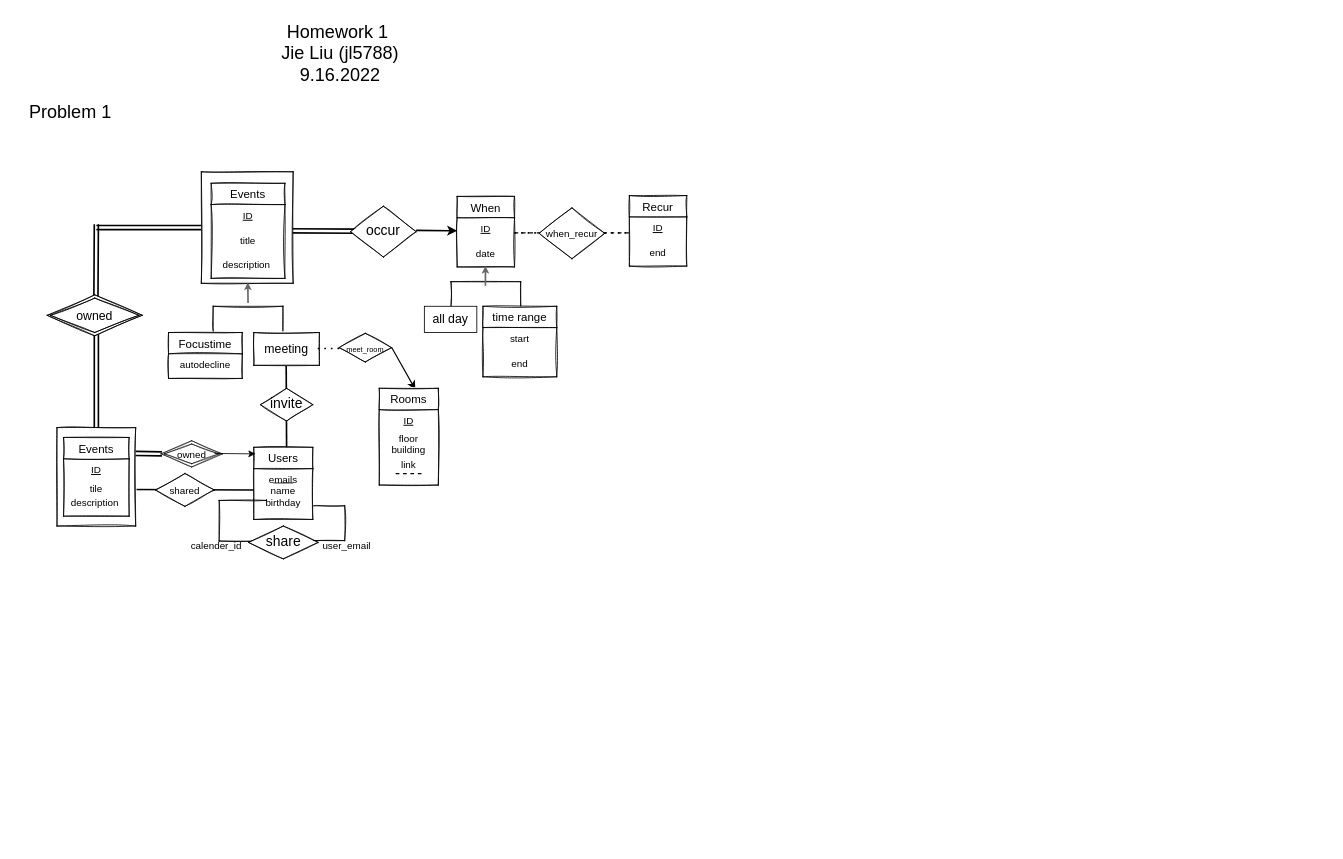
This is hw1 Diagram.drawio from hurricane8978/Introduction-to-database, a draw.io file, before an edit. Source tidied: cells renumbered, new cells numbered last; positions are measured from the earlier drawing's top-left corner, leaving out a move shared by most shapes. Both pictures are drawn from the tidied source at 82%, with x=0, y=0 at pixel (20, 14).
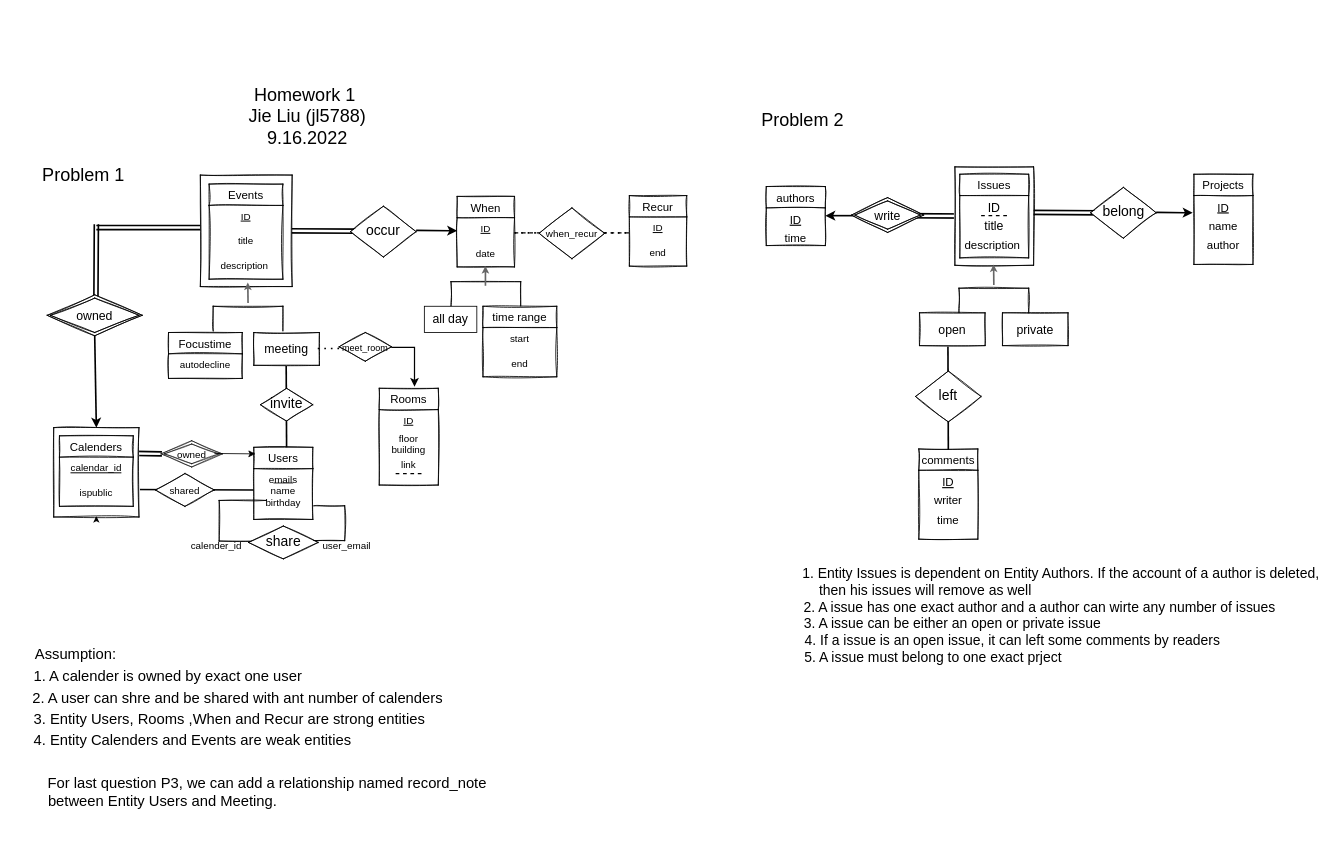
After the change.

The change refers to these unchanged cells:
```xml
<mxCell id="64" value="Rooms" style="swimlane;fontStyle=0;horizontal=1;startSize=26;align=center;fontSize=14;rounded=0;glass=0;sketch=1;" parent="1" vertex="1">
  <mxGeometry x="437" y="456" width="72" height="118" as="geometry" />
</mxCell>
```

Change to the diagram source:
```diff
@@
+    <mxCell id="57" style="shape=link;html=1;rounded=0;strokeWidth=2;fontSize=17;" parent="1" edge="1">
+      <mxGeometry relative="1" as="geometry">
+        <mxPoint x="140" y="535.5" as="sourcePoint" />
+        <mxPoint x="172" y="536" as="targetPoint" />
+      </mxGeometry>
+    </mxCell>
+    <mxCell id="58" style="html=1;align=right;verticalAlign=bottom;rounded=0;glass=0;sketch=1;fontSize=17;" parent="57" vertex="1">
+      <mxGeometry x="1" relative="1" as="geometry" />
+    </mxCell>
@@
-    <mxCell id="10" style="shape=link;html=1;rounded=0;strokeWidth=2;fontSize=17;entryX=0.5;entryY=0;entryDx=0;entryDy=0;" parent="1" edge="1" target="48">
-      <mxGeometry relative="1" as="geometry">
-        <mxPoint x="92" y="388" as="sourcePoint" />
-      </mxGeometry>
-    </mxCell>
-    <mxCell id="11" style="html=1;align=right;verticalAlign=bottom;rounded=0;glass=0;sketch=1;fontSize=17;" parent="10" vertex="1">
-      <mxGeometry x="1" relative="1" as="geometry" />
-    </mxCell>
@@
     <mxCell id="19" style="rounded=0;whiteSpace=wrap;html=1;glass=0;sketch=1;fontSize=15;" parent="1" vertex="1">
-      <mxGeometry x="220" y="192" width="112" height="136" as="geometry" />
+      <mxGeometry x="218.8" y="196" width="112" height="136" as="geometry" />
     </mxCell>
     <mxCell id="20" value="Events" style="swimlane;fontStyle=0;horizontal=1;startSize=26;align=center;fontSize=14;rounded=0;glass=0;sketch=1;" parent="1" vertex="1">
-      <mxGeometry x="232" y="206" width="90" height="116" as="geometry" />
+      <mxGeometry x="229.5" y="207" width="90" height="116" as="geometry" />
     </mxCell>
@@
-    <mxCell id="42" style="endArrow=classic;html=1;strokeWidth=2;fontSize=12;rounded=0;endSize=3;startSize=11;jumpSize=3;jumpStyle=line;fillColor=#f5f5f5;strokeColor=#666666;targetPerimeterSpacing=-1;sourcePerimeterSpacing=-7;" parent="1" edge="1" target="19">
+    <mxCell id="42" style="endArrow=classic;html=1;strokeWidth=2;fontSize=12;rounded=0;endSize=3;startSize=11;jumpSize=3;jumpStyle=line;fillColor=#f5f5f5;strokeColor=#666666;targetPerimeterSpacing=-1;sourcePerimeterSpacing=-7;" parent="1" edge="1">
       <mxGeometry relative="1" as="geometry">
         <mxPoint x="277" y="352" as="sourcePoint" />
+        <mxPoint x="276.7" y="327" as="targetPoint" />
       </mxGeometry>
     </mxCell>
@@
     <mxCell id="48" style="rounded=0;whiteSpace=wrap;html=1;glass=0;sketch=1;fontSize=15;" parent="1" vertex="1">
-      <mxGeometry x="44" y="504" width="96" height="120" as="geometry" />
+      <mxGeometry x="40" y="504" width="104" height="109" as="geometry" />
     </mxCell>
-    <mxCell id="49" value="Events" style="swimlane;fontStyle=0;horizontal=1;startSize=26;align=center;fontSize=14;rounded=0;glass=0;sketch=1;" parent="1" vertex="1">
-      <mxGeometry x="52" y="516" width="80" height="96" as="geometry" />
-    </mxCell>
-    <mxCell id="50" value="ID" style="text;strokeColor=none;fillColor=none;spacingLeft=4;spacingRight=4;overflow=hidden;fontSize=12;rounded=0;glass=0;sketch=1;fontStyle=4;align=center;spacing=2;" parent="49" vertex="1">
-      <mxGeometry y="26" width="80" height="30" as="geometry" />
-    </mxCell>
-    <mxCell id="51" value="tile" style="text;strokeColor=none;fillColor=none;spacingLeft=4;spacingRight=4;overflow=hidden;fontSize=12;rounded=0;glass=0;sketch=1;align=center;spacing=-5;" parent="49" vertex="1">
-      <mxGeometry y="56" width="80" height="30" as="geometry" />
-    </mxCell>
-    <mxCell id="52" value="description " style="text;strokeColor=none;fillColor=none;spacingLeft=4;spacingRight=4;overflow=hidden;fontSize=12;rounded=0;glass=0;sketch=1;align=center;spacing=-18;" parent="49" vertex="1">
-      <mxGeometry y="86" width="80" height="10" as="geometry" />
-    </mxCell>
@@
-    <mxCell id="57" style="shape=link;html=1;rounded=0;strokeWidth=2;fontSize=17;" parent="1" edge="1">
-      <mxGeometry relative="1" as="geometry">
-        <mxPoint x="140" y="535.5" as="sourcePoint" />
-        <mxPoint x="172" y="536" as="targetPoint" />
-      </mxGeometry>
-    </mxCell>
-    <mxCell id="58" style="html=1;align=right;verticalAlign=bottom;rounded=0;glass=0;sketch=1;fontSize=17;" parent="57" vertex="1">
-      <mxGeometry x="1" relative="1" as="geometry" />
-    </mxCell>
@@
-    <mxCell id="62" value="&lt;font style=&quot;font-size: 9px;&quot;&gt;meet_room&lt;/font&gt;" style="shape=rhombus;perimeter=rhombusPerimeter;whiteSpace=wrap;html=1;align=center;rounded=0;glass=0;sketch=1;fontSize=17;" parent="1" vertex="1">
-      <mxGeometry x="388" y="389" width="64" height="35" as="geometry" />
+    <mxCell id="62" value="&lt;font style=&quot;font-size: 11px;&quot;&gt;meet_room&lt;/font&gt;" style="shape=rhombus;perimeter=rhombusPerimeter;whiteSpace=wrap;html=1;align=center;rounded=0;glass=0;sketch=1;fontSize=17;" parent="1" vertex="1">
+      <mxGeometry x="388" y="388" width="64" height="35" as="geometry" />
     </mxCell>
-    <mxCell id="63" style="endArrow=classic;html=1;rounded=0;strokeWidth=1.5;fontSize=17;entryX=0.611;entryY=0.013;entryDx=0;entryDy=0;entryPerimeter=0;" parent="1" edge="1" target="64">
+    <mxCell id="63" style="endArrow=classic;html=1;rounded=0;strokeWidth=1.5;fontSize=17;entryX=0.597;entryY=-0.017;entryDx=0;entryDy=0;entryPerimeter=0;" parent="1" edge="1" target="64">
       <mxGeometry relative="1" as="geometry">
         <mxPoint x="452" y="406" as="sourcePoint" />
+        <Array as="points">
+          <mxPoint x="480" y="406" />
+        </Array>
       </mxGeometry>
     </mxCell>
@@
     <mxCell id="72" value="&lt;font style=&quot;font-size: 22px;&quot;&gt;Homework 1&amp;nbsp;&lt;br&gt;Jie Liu (jl5788) &lt;br&gt;9.16.2022&lt;/font&gt;" style="text;html=1;align=center;verticalAlign=middle;strokeColor=none;fillColor=none;fontSize=12;" parent="1" vertex="1">
-      <mxGeometry x="309" width="160" height="96" as="geometry" />
+      <mxGeometry x="269" y="77" width="160" height="96" as="geometry" />
     </mxCell>
     <mxCell id="73" value="Problem 1" style="text;html=1;align=center;verticalAlign=middle;strokeColor=none;fillColor=none;fontSize=22;" parent="1" vertex="1">
-      <mxGeometry y="96" width="120" height="48" as="geometry" />
+      <mxGeometry x="16" y="173" width="120" height="48" as="geometry" />
     </mxCell>
+    <mxCell id="74" style="endArrow=classic;html=1;rounded=0;strokeWidth=2;fontSize=17;entryX=0.5;entryY=0;entryDx=0;entryDy=0;" parent="1" edge="1" target="48">
+      <mxGeometry relative="1" as="geometry">
+        <mxPoint x="90" y="392" as="sourcePoint" />
+      </mxGeometry>
+    </mxCell>
+    <mxCell id="75" value="&lt;font style=&quot;font-size: 18px;&quot;&gt;Assumption:&amp;nbsp; &amp;nbsp; &amp;nbsp; &amp;nbsp; &amp;nbsp; &amp;nbsp; &amp;nbsp; &amp;nbsp; &amp;nbsp; &amp;nbsp; &amp;nbsp; &amp;nbsp; &amp;nbsp; &amp;nbsp; &amp;nbsp; &amp;nbsp; &amp;nbsp; &amp;nbsp; &amp;nbsp; &amp;nbsp; &amp;nbsp; &amp;nbsp; &amp;nbsp; &amp;nbsp; &amp;nbsp; &amp;nbsp; &amp;nbsp; &amp;nbsp; &amp;nbsp; &amp;nbsp; &amp;nbsp; &amp;nbsp; &amp;nbsp; &amp;nbsp; &amp;nbsp; &amp;nbsp; &amp;nbsp; &amp;nbsp; &amp;nbsp; &amp;nbsp;&lt;br&gt;&amp;nbsp; &amp;nbsp;1. A calender is owned by exact one user&amp;nbsp; &amp;nbsp; &amp;nbsp; &amp;nbsp; &amp;nbsp; &amp;nbsp; &amp;nbsp; &amp;nbsp; &amp;nbsp; &amp;nbsp; &amp;nbsp; &amp;nbsp; &amp;nbsp; &amp;nbsp; &amp;nbsp; &amp;nbsp; &amp;nbsp; &amp;nbsp; &amp;nbsp;&lt;br&gt;2. A user can shre and be shared with ant number of calenders&lt;br&gt;&amp;nbsp;3. Entity Users, Rooms ,When and Recur are strong entities&amp;nbsp; &amp;nbsp; &amp;nbsp;&lt;br&gt;4. Entity Calenders and Events are weak entities&amp;nbsp; &amp;nbsp; &amp;nbsp; &amp;nbsp; &amp;nbsp; &amp;nbsp; &amp;nbsp; &amp;nbsp; &amp;nbsp; &amp;nbsp; &amp;nbsp;&amp;nbsp;&lt;br&gt;&lt;br&gt;&lt;br&gt;&lt;br&gt;&amp;nbsp; &amp;nbsp; &amp;nbsp; &amp;nbsp; &amp;nbsp; &amp;nbsp; &amp;nbsp; &amp;nbsp; &amp;nbsp; &amp;nbsp; &amp;nbsp;&amp;nbsp;&lt;br&gt;&lt;/font&gt;" style="text;html=1;align=center;verticalAlign=middle;strokeColor=none;fillColor=none;fontSize=22;" parent="1" vertex="1">
+      <mxGeometry x="-8" y="757" width="544" height="256" as="geometry" />
+    </mxCell>
+    <mxCell id="76" value="For last question P3, we can add a relationship named record_note&lt;br&gt;&amp;nbsp;between Entity Users and Meeting.&amp;nbsp; &amp;nbsp; &amp;nbsp; &amp;nbsp; &amp;nbsp; &amp;nbsp; &amp;nbsp; &amp;nbsp; &amp;nbsp; &amp;nbsp; &amp;nbsp; &amp;nbsp; &amp;nbsp; &amp;nbsp; &amp;nbsp; &amp;nbsp; &amp;nbsp; &amp;nbsp; &amp;nbsp; &amp;nbsp; &amp;nbsp; &amp;nbsp; &amp;nbsp; &amp;nbsp; &amp;nbsp; &amp;nbsp;&amp;nbsp;" style="text;html=1;align=center;verticalAlign=middle;strokeColor=none;fillColor=none;fontSize=18;" parent="1" vertex="1">
+      <mxGeometry x="16" y="917" width="568" height="64" as="geometry" />
+    </mxCell>
+    <mxCell id="77" value="Problem 2" style="text;html=1;align=center;verticalAlign=middle;strokeColor=none;fillColor=none;fontSize=22;" parent="1" vertex="1">
+      <mxGeometry x="893" y="106" width="120" height="48" as="geometry" />
+    </mxCell>
+    <mxCell id="78" style="endArrow=none;html=1;rounded=0;strokeWidth=2;fontSize=15;startSize=11;endSize=3;sourcePerimeterSpacing=-7;targetPerimeterSpacing=-1;jumpStyle=line;jumpSize=3;" parent="1" edge="1">
+      <mxGeometry relative="1" as="geometry">
+        <mxPoint x="1130.5" y="397" as="sourcePoint" />
+        <mxPoint x="1131" y="531" as="targetPoint" />
+      </mxGeometry>
+    </mxCell>
+    <mxCell id="79" style="html=1;align=right;verticalAlign=bottom;rounded=0;glass=0;sketch=1;fontSize=15;" parent="78" vertex="1">
+      <mxGeometry x="1" relative="1" as="geometry" />
+    </mxCell>
+    <mxCell id="80" style="endArrow=classic;html=1;rounded=0;strokeWidth=2;fontSize=17;" parent="1" edge="1">
+      <mxGeometry relative="1" as="geometry">
+        <mxPoint x="1023" y="245.5" as="sourcePoint" />
+        <mxPoint x="981" y="245.5" as="targetPoint" />
+      </mxGeometry>
+    </mxCell>
+    <mxCell id="81" style="shape=link;html=1;rounded=0;strokeWidth=2;fontSize=17;entryX=0.125;entryY=0.492;entryDx=0;entryDy=0;entryPerimeter=0;" parent="1" edge="1">
+      <mxGeometry relative="1" as="geometry">
+        <mxPoint x="1073" y="245.5" as="sourcePoint" />
+        <mxPoint x="1161" y="246" as="targetPoint" />
+      </mxGeometry>
+    </mxCell>
+    <mxCell id="82" style="html=1;align=right;verticalAlign=bottom;rounded=0;glass=0;sketch=1;fontSize=17;" parent="81" vertex="1">
+      <mxGeometry x="1" relative="1" as="geometry" />
+    </mxCell>
+    <mxCell id="83" style="shape=link;html=1;rounded=0;strokeWidth=2;fontSize=17;entryX=0.125;entryY=0.492;entryDx=0;entryDy=0;entryPerimeter=0;" parent="1" edge="1">
+      <mxGeometry relative="1" as="geometry">
+        <mxPoint x="1229" y="241.5" as="sourcePoint" />
+        <mxPoint x="1317" y="242" as="targetPoint" />
+      </mxGeometry>
+    </mxCell>
+    <mxCell id="84" style="html=1;align=right;verticalAlign=bottom;rounded=0;glass=0;sketch=1;fontSize=17;" parent="83" vertex="1">
+      <mxGeometry x="1" relative="1" as="geometry" />
+    </mxCell>
+    <mxCell id="85" style="rounded=0;whiteSpace=wrap;html=1;glass=0;sketch=1;fontSize=15;" parent="1" vertex="1">
+      <mxGeometry x="1139" y="186" width="96" height="120" as="geometry" />
+    </mxCell>
+    <mxCell id="86" value="Issues" style="swimlane;fontStyle=0;horizontal=1;startSize=26;align=center;fontSize=14;rounded=0;glass=0;sketch=1;" parent="1" vertex="1">
+      <mxGeometry x="1145" y="195" width="84" height="102" as="geometry" />
+    </mxCell>
+    <mxCell id="87" value="ID" style="text;strokeColor=none;fillColor=none;spacingLeft=4;spacingRight=4;overflow=hidden;fontSize=15;rounded=0;glass=0;sketch=1;fontStyle=0;align=center;" parent="86" vertex="1">
+      <mxGeometry y="26" width="84" height="22" as="geometry" />
+    </mxCell>
+    <mxCell id="88" style="endArrow=none;dashed=1;html=1;rounded=0;strokeWidth=1.5;fontSize=9;startSize=11;endSize=3;sourcePerimeterSpacing=-7;targetPerimeterSpacing=-1;jumpStyle=line;jumpSize=3;" parent="86" edge="1">
+      <mxGeometry relative="1" as="geometry">
+        <mxPoint x="26" y="50.5" as="sourcePoint" />
+        <mxPoint x="58" y="50.5" as="targetPoint" />
+      </mxGeometry>
+    </mxCell>
+    <mxCell id="89" value="title" style="text;strokeColor=none;fillColor=none;spacingLeft=4;spacingRight=4;overflow=hidden;fontSize=15;rounded=0;glass=0;sketch=1;align=center;fontStyle=0;" parent="86" vertex="1">
+      <mxGeometry y="48" width="84" height="24" as="geometry" />
+    </mxCell>
+    <mxCell id="52" value="description " style="text;strokeColor=none;fillColor=none;spacingLeft=4;spacingRight=4;overflow=hidden;fontSize=14;rounded=0;glass=0;sketch=1;align=center;" parent="86" vertex="1">
+      <mxGeometry y="72" width="84" height="30" as="geometry" />
+    </mxCell>
+    <mxCell id="90" style="shape=partialRectangle;whiteSpace=wrap;html=1;bottom=1;right=1;left=1;top=0;fillColor=none;routingCenterX=-0.5;rounded=0;glass=0;sketch=1;fontSize=12;rotation=-180;" parent="1" vertex="1">
+      <mxGeometry x="1144" y="334" width="85" height="30" as="geometry" />
+    </mxCell>
+    <mxCell id="91" style="endArrow=classic;html=1;strokeWidth=2;fontSize=12;rounded=0;endSize=3;startSize=11;jumpSize=3;jumpStyle=line;fillColor=#f5f5f5;strokeColor=#666666;targetPerimeterSpacing=-1;sourcePerimeterSpacing=-7;" parent="1" edge="1">
+      <mxGeometry relative="1" as="geometry">
+        <mxPoint x="1186.5" y="330" as="sourcePoint" />
+        <mxPoint x="1186.2" y="305" as="targetPoint" />
+      </mxGeometry>
+    </mxCell>
+    <mxCell id="92" value="private" style="rounded=0;whiteSpace=wrap;html=1;glass=0;sketch=1;fontSize=15;" parent="1" vertex="1">
+      <mxGeometry x="1197" y="364" width="80" height="40" as="geometry" />
+    </mxCell>
+    <mxCell id="93" style="html=1;align=right;verticalAlign=bottom;rounded=0;glass=0;sketch=1;fontSize=17;" parent="1" vertex="1">
+      <mxGeometry x="1314.5" y="241.5" as="geometry" />
+    </mxCell>
+    <mxCell id="94" value="belong" style="shape=rhombus;perimeter=rhombusPerimeter;whiteSpace=wrap;html=1;align=center;rounded=0;glass=0;sketch=1;fontSize=17;" parent="1" vertex="1">
+      <mxGeometry x="1304.5" y="211" width="80" height="62" as="geometry" />
+    </mxCell>
+    <mxCell id="95" style="endArrow=classic;html=1;rounded=0;strokeWidth=2;fontSize=17;entryX=-0.021;entryY=0.955;entryDx=0;entryDy=0;entryPerimeter=0;" parent="1" edge="1" target="97">
+      <mxGeometry relative="1" as="geometry">
+        <mxPoint x="1384.5" y="241.5" as="sourcePoint" />
+      </mxGeometry>
+    </mxCell>
+    <mxCell id="96" value="Projects" style="swimlane;fontStyle=0;horizontal=1;startSize=26;align=center;fontSize=14;rounded=0;glass=0;sketch=1;" parent="1" vertex="1">
+      <mxGeometry x="1430.5" y="195" width="72" height="110" as="geometry" />
+    </mxCell>
+    <mxCell id="97" value="ID" style="text;strokeColor=none;fillColor=none;spacingLeft=4;spacingRight=4;overflow=hidden;points=[[0,0.5],[1,0.5]];portConstraint=eastwest;fontSize=14;rounded=0;glass=0;sketch=1;fontStyle=4;align=center;" parent="96" vertex="1">
+      <mxGeometry y="26" width="72" height="22" as="geometry" />
+    </mxCell>
+    <mxCell id="98" value="name" style="text;strokeColor=none;fillColor=none;spacingLeft=4;spacingRight=4;overflow=hidden;fontSize=14;rounded=0;glass=0;sketch=1;align=center;" parent="96" vertex="1">
+      <mxGeometry y="48" width="72" height="24" as="geometry" />
+    </mxCell>
+    <mxCell id="99" value="author" style="text;strokeColor=none;fillColor=none;spacingLeft=4;spacingRight=4;overflow=hidden;fontSize=14;rounded=0;glass=0;sketch=1;align=center;" parent="96" vertex="1">
+      <mxGeometry y="72" width="72" height="38" as="geometry" />
+    </mxCell>
+    <mxCell id="100" style="html=1;align=right;verticalAlign=bottom;rounded=0;glass=0;sketch=1;fontSize=17;" parent="1" vertex="1">
+      <mxGeometry x="1009.5" y="242" as="geometry" />
+    </mxCell>
+    <mxCell id="101" style="html=1;align=right;verticalAlign=bottom;rounded=0;glass=0;sketch=1;fontSize=17;" parent="1" vertex="1">
+      <mxGeometry x="1007" y="241.5" as="geometry" />
+    </mxCell>
+    <mxCell id="102" value="authors" style="swimlane;fontStyle=0;horizontal=1;startSize=26;align=center;fontSize=14;rounded=0;glass=0;sketch=1;" parent="1" vertex="1">
+      <mxGeometry x="909" y="210" width="72" height="72" as="geometry" />
+    </mxCell>
+    <mxCell id="103" value="ID" style="text;strokeColor=none;fillColor=none;spacingLeft=4;spacingRight=4;overflow=hidden;fontSize=14;rounded=0;glass=0;sketch=1;fontStyle=4;align=center;" parent="102" vertex="1">
+      <mxGeometry y="26" width="72" height="22" as="geometry" />
+    </mxCell>
+    <mxCell id="104" value="time" style="text;strokeColor=none;fillColor=none;spacingLeft=4;spacingRight=4;overflow=hidden;fontSize=14;rounded=0;glass=0;sketch=1;align=center;" parent="102" vertex="1">
+      <mxGeometry y="48" width="72" height="24" as="geometry" />
+    </mxCell>
+    <mxCell id="105" value="open" style="rounded=0;whiteSpace=wrap;html=1;glass=0;sketch=1;fontSize=15;" parent="1" vertex="1">
+      <mxGeometry x="1095.8" y="364" width="80" height="40" as="geometry" />
+    </mxCell>
+    <mxCell id="106" value="left" style="shape=rhombus;perimeter=rhombusPerimeter;whiteSpace=wrap;html=1;align=center;rounded=0;glass=0;sketch=1;fontSize=17;" parent="1" vertex="1">
+      <mxGeometry x="1091" y="435" width="80" height="62" as="geometry" />
+    </mxCell>
+    <mxCell id="107" value="Calenders" style="swimlane;fontStyle=0;horizontal=1;startSize=26;align=center;fontSize=14;rounded=0;glass=0;sketch=1;" parent="1" vertex="1">
+      <mxGeometry x="47" y="514" width="90" height="86" as="geometry" />
+    </mxCell>
+    <mxCell id="108" value="calendar_id" style="text;strokeColor=none;fillColor=none;spacingLeft=4;spacingRight=4;overflow=hidden;fontSize=12;rounded=0;glass=0;sketch=1;fontStyle=4;align=center;" parent="107" vertex="1">
+      <mxGeometry y="26" width="90" height="30" as="geometry" />
+    </mxCell>
+    <mxCell id="109" value="ispublic" style="text;strokeColor=none;fillColor=none;spacingLeft=4;spacingRight=4;overflow=hidden;fontSize=12;rounded=0;glass=0;sketch=1;align=center;" parent="107" vertex="1">
+      <mxGeometry y="56" width="90" height="30" as="geometry" />
+    </mxCell>
+    <mxCell id="110" style="edgeStyle=orthogonalEdgeStyle;rounded=0;jumpStyle=line;jumpSize=3;orthogonalLoop=1;jettySize=auto;html=1;exitX=0.5;exitY=1;exitDx=0;exitDy=0;strokeWidth=1.5;fontSize=14;startSize=11;endSize=3;sourcePerimeterSpacing=-7;targetPerimeterSpacing=-1;" parent="1" edge="1" source="48" target="48">
+      <mxGeometry relative="1" as="geometry" />
+    </mxCell>
+    <mxCell id="111" value="comments" style="swimlane;fontStyle=0;horizontal=1;startSize=26;align=center;fontSize=14;rounded=0;glass=0;sketch=1;" parent="1" vertex="1">
+      <mxGeometry x="1095" y="530" width="72" height="110" as="geometry" />
+    </mxCell>
+    <mxCell id="112" value="ID" style="text;strokeColor=none;fillColor=none;spacingLeft=4;spacingRight=4;overflow=hidden;fontSize=14;rounded=0;glass=0;sketch=1;fontStyle=4;align=center;" parent="111" vertex="1">
+      <mxGeometry y="26" width="72" height="22" as="geometry" />
+    </mxCell>
+    <mxCell id="113" value="writer" style="text;strokeColor=none;fillColor=none;spacingLeft=4;spacingRight=4;overflow=hidden;fontSize=14;rounded=0;glass=0;sketch=1;align=center;" parent="111" vertex="1">
+      <mxGeometry y="48" width="72" height="24" as="geometry" />
+    </mxCell>
+    <mxCell id="114" value="time" style="text;strokeColor=none;fillColor=none;spacingLeft=4;spacingRight=4;overflow=hidden;fontSize=14;rounded=0;glass=0;sketch=1;align=center;" parent="111" vertex="1">
+      <mxGeometry y="72" width="72" height="38" as="geometry" />
+    </mxCell>
+    <mxCell id="115" value="&lt;span style=&quot;font-size: 17px;&quot;&gt;1. Entity Issues is dependent on Entity Authors. If the account of a author is deleted,&lt;br&gt;&amp;nbsp; &amp;nbsp; &amp;nbsp;then his issues will remove as well&amp;nbsp; &amp;nbsp; &amp;nbsp; &amp;nbsp; &amp;nbsp; &amp;nbsp; &amp;nbsp; &amp;nbsp; &amp;nbsp; &amp;nbsp; &amp;nbsp; &amp;nbsp; &amp;nbsp; &amp;nbsp; &amp;nbsp; &amp;nbsp; &amp;nbsp; &amp;nbsp; &amp;nbsp; &amp;nbsp; &amp;nbsp; &amp;nbsp; &amp;nbsp; &amp;nbsp; &amp;nbsp; &amp;nbsp; &amp;nbsp; &amp;nbsp; &amp;nbsp; &amp;nbsp; &amp;nbsp; &amp;nbsp; &amp;nbsp; &amp;nbsp; &amp;nbsp; &amp;nbsp; &amp;nbsp; &amp;nbsp;&lt;br&gt;2. A issue has one exact author and a author can wirte any number of issues&amp;nbsp; &amp;nbsp; &amp;nbsp; &amp;nbsp; &amp;nbsp; &amp;nbsp;&lt;br&gt;3. A issue can be either an open or private issue&amp;nbsp; &amp;nbsp; &amp;nbsp; &amp;nbsp; &amp;nbsp; &amp;nbsp; &amp;nbsp; &amp;nbsp; &amp;nbsp; &amp;nbsp; &amp;nbsp; &amp;nbsp; &amp;nbsp; &amp;nbsp; &amp;nbsp; &amp;nbsp; &amp;nbsp; &amp;nbsp; &amp;nbsp; &amp;nbsp; &amp;nbsp; &amp;nbsp; &amp;nbsp; &amp;nbsp; &amp;nbsp; &amp;nbsp; &amp;nbsp; &amp;nbsp;&amp;nbsp;&lt;br&gt;4. If a issue is an open issue, it can left some comments by readers&amp;nbsp; &amp;nbsp; &amp;nbsp; &amp;nbsp; &amp;nbsp; &amp;nbsp; &amp;nbsp; &amp;nbsp; &amp;nbsp; &amp;nbsp; &amp;nbsp; &amp;nbsp; &amp;nbsp;&lt;br&gt;5. A issue must belong to one exact prject&amp;nbsp; &amp;nbsp; &amp;nbsp; &amp;nbsp; &amp;nbsp; &amp;nbsp; &amp;nbsp; &amp;nbsp; &amp;nbsp; &amp;nbsp; &amp;nbsp; &amp;nbsp; &amp;nbsp; &amp;nbsp; &amp;nbsp; &amp;nbsp; &amp;nbsp; &amp;nbsp; &amp;nbsp; &amp;nbsp; &amp;nbsp; &amp;nbsp; &amp;nbsp; &amp;nbsp; &amp;nbsp; &amp;nbsp; &amp;nbsp; &amp;nbsp; &amp;nbsp; &amp;nbsp; &amp;nbsp; &amp;nbsp; &amp;nbsp;&amp;nbsp;&lt;br&gt;&lt;br&gt;&lt;br&gt;&lt;/span&gt;" style="text;html=1;align=center;verticalAlign=middle;strokeColor=none;fillColor=none;fontSize=11;" parent="1" vertex="1">
+      <mxGeometry x="940" y="662" width="656" height="184" as="geometry" />
+    </mxCell>
+    <mxCell id="116" value="write" style="shape=rhombus;double=1;perimeter=rhombusPerimeter;whiteSpace=wrap;html=1;align=center;rounded=0;glass=0;sketch=1;fontSize=15;" parent="1" vertex="1">
+      <mxGeometry x="1013" y="223.5" width="88" height="42.5" as="geometry" />
+    </mxCell>
```
